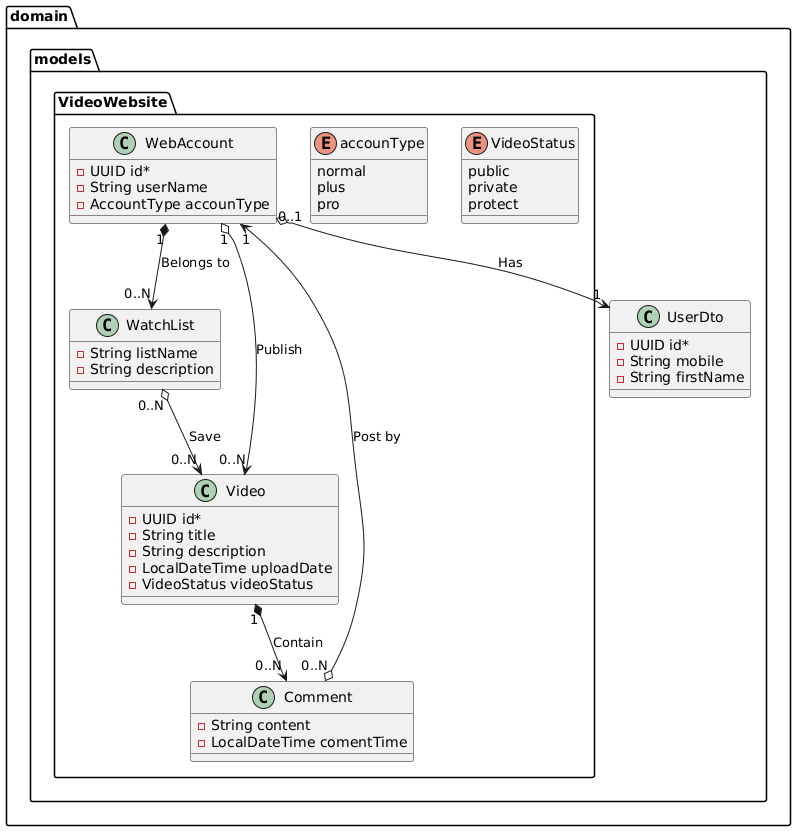
Before: docs/videoWebsite.png, a diagram exported from PlantUML (miw-upm/apaw-practice). The source it was exported from:
```plantuml
@startuml
Package domain.models{
	class UserDto{
		- UUID id*
		- String mobile
		- String firstName
	}

	Package VideoWebsite{

		class WebAccount{
			- UUID id*
			- String userName
			- AccountType accounType
		}

		class WatchList{
			-String listName
			-String description
		}

		class Video{
			-UUID id*
			-String title
			-String description
			-LocalDateTime uploadDate
			-VideoStatus videoStatus
		}

		class Comment{
			- String content
			- LocalDateTime comentTime
		}

		enum accounType{
			normal
			plus
			pro
		}
		enum VideoStatus{
			public
			private
			protect
		}
	}

}

WebAccount "0..1" o--> "1" UserDto: Has
WebAccount "1" o--> "0..N" Video: Publish
WebAccount "1" *--> "0..N" WatchList: Belongs to
WatchList "0..N" o--> "0..N" Video: Save
Video "1" *--> "0..N" Comment: Contain
Comment "0..N" o--> "1" WebAccount: Post by
@enduml
```
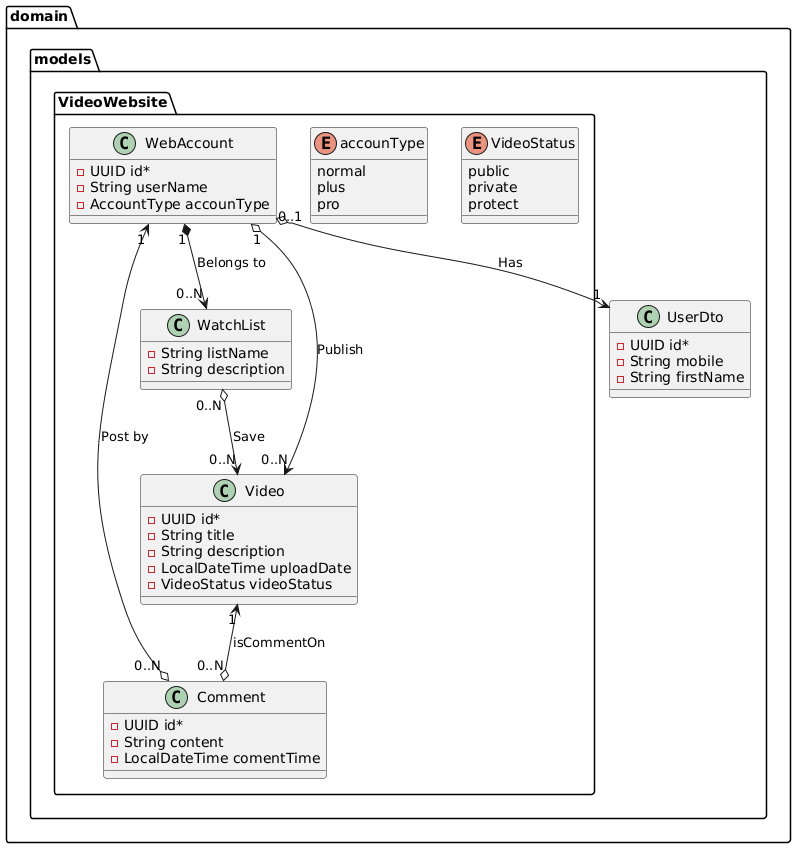
Above is the later version.

The edit, as a diff of the source:
```diff
@@ -7,6 +7,13 @@
 	}
 
 	Package VideoWebsite{
+
+		class Comment{
+			-UUID id*
+			- String content
+			- LocalDateTime comentTime
+		}
+
 
 		class WebAccount{
 			- UUID id*
@@ -27,11 +34,6 @@
 			-VideoStatus videoStatus
 		}
 
-		class Comment{
-			- String content
-			- LocalDateTime comentTime
-		}
-
 		enum accounType{
 			normal
 			plus
@@ -50,6 +52,6 @@
 WebAccount "1" o--> "0..N" Video: Publish
 WebAccount "1" *--> "0..N" WatchList: Belongs to
 WatchList "0..N" o--> "0..N" Video: Save
-Video "1" *--> "0..N" Comment: Contain
-Comment "0..N" o--> "1" WebAccount: Post by
+WebAccount  "1" <--o "0..N" Comment: Post by
+Video "1" <--o "0..N" Comment: isCommentOn
 @enduml
```
